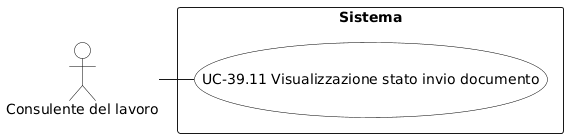
Before: RTB/Analisi dei Requisiti/diagrammi_use_case/UC-39.11.png, a diagram exported from PlantUML (aLittleByte-19/Documentazione).
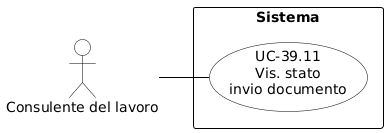
After the change.

The edit, as a diff of the source:
```diff
@@ -1,20 +1,29 @@
 @startuml
-skinparam backgroundColor white
+skinparam shadowing false
+skinparam defaultFontName Arial
+left to right direction
+skinparam nodesep 15
+skinparam ranksep 50
+
+skinparam usecase {
+    BackgroundColor white
+    BorderColor black
+    ArrowColor black
+}
 skinparam actor {
-  BackgroundColor white
-  BorderColor black
-  FontColor black
+    BackgroundColor white
+    BorderColor black
 }
-skinparam usecase {
-  BackgroundColor white
-  BorderColor black
-  FontColor black
+skinparam rectangle {
+    BorderColor black
+    FontStyle bold
 }
-actor "Consulente del lavoro" as C
+
+actor "Consulente del lavoro" as CL
 
 rectangle "Sistema" {
-  (UC-39.11 Visualizzazione stato invio documento) as UC3911
+    usecase "UC-39.11\nVis. stato\ninvio documento" as UC39_11
 }
 
-C - UC3911
+CL -- UC39_11
 @enduml
```
